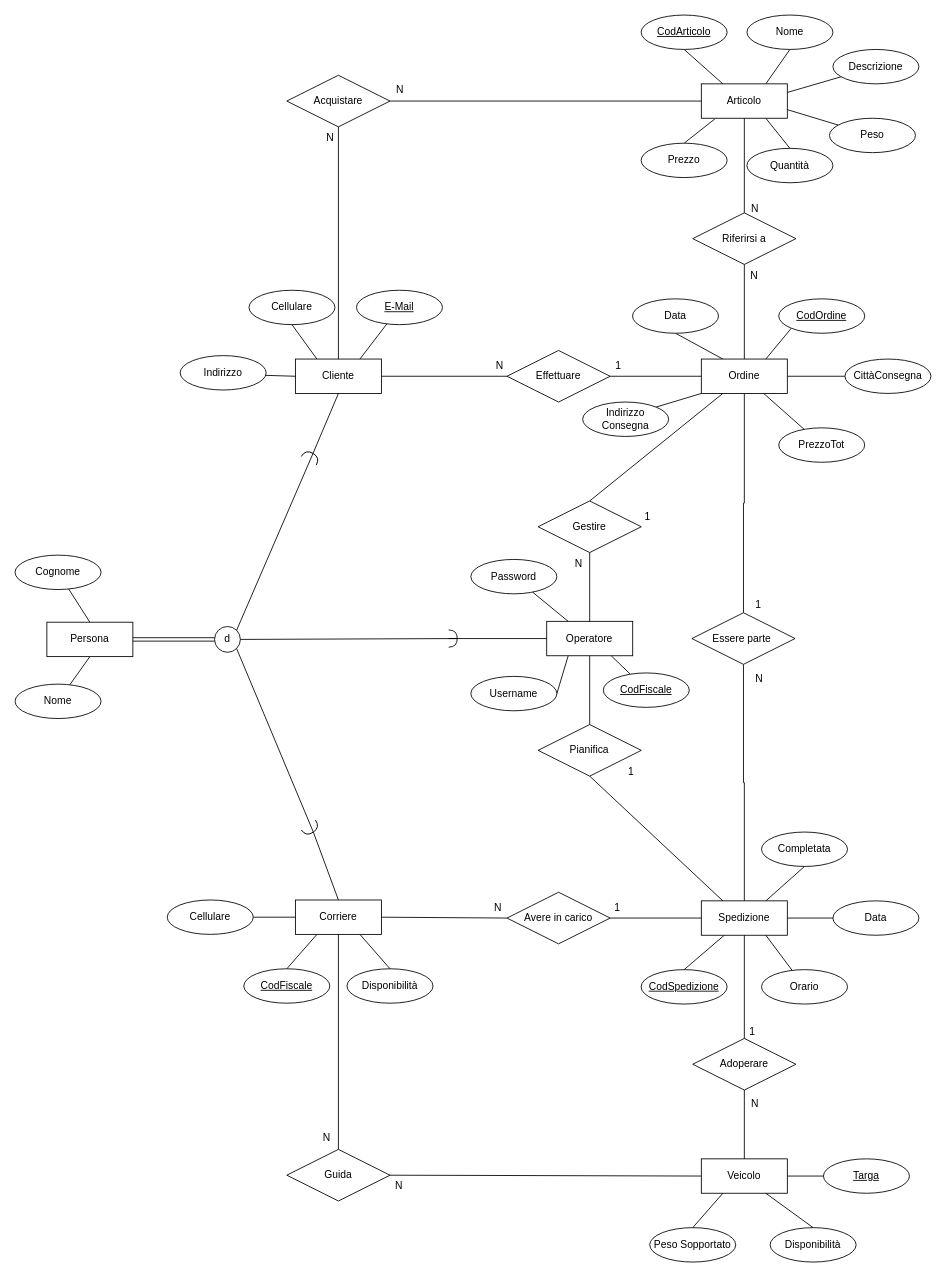
The draw.io diagram Basi di dati/Schema_ER.drawio in Gianluca-F/OOBD_Project, before the edit. Source tidied: cells renumbered, new cells numbered last; positions are measured from the earlier drawing's top-left corner, leaving out a move shared by most shapes. Both pictures are drawn from the tidied source at 86%, with x=0, y=0 at pixel (15, 15).
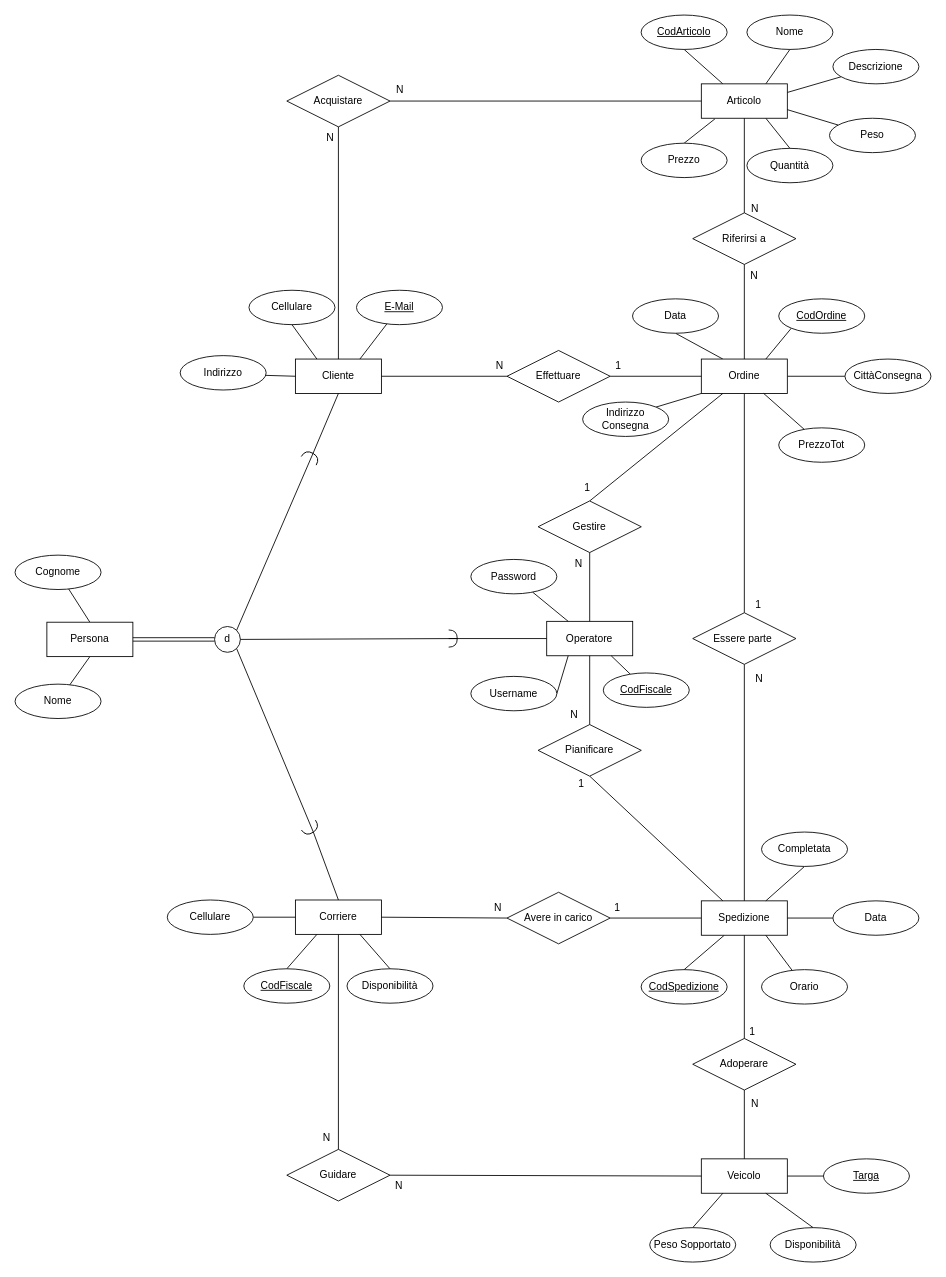
After the change.

Commit message:
[BD] fix: Unified ER with UML diagram

The change refers to these unchanged cells:
```xml
<mxCell id="55" style="endArrow=none;html=1;rounded=0;entryX=0.5;entryY=1;entryDx=0;entryDy=0;exitX=0.5;exitY=0;exitDx=0;exitDy=0;" parent="1" edge="1" source="54" target="50">
  <mxGeometry relative="1" as="geometry" />
</mxCell>
<mxCell id="59" style="endArrow=none;html=1;rounded=0;entryX=0.5;entryY=0;entryDx=0;entryDy=0;exitX=0.5;exitY=1;exitDx=0;exitDy=0;" parent="1" edge="1" source="58" target="50">
  <mxGeometry relative="1" as="geometry" />
</mxCell>
```

The edit, as a diff of the source:
```diff
@@
-    <mxCell id="54" value="Pianifica" style="shape=rhombus;perimeter=rhombusPerimeter;whiteSpace=wrap;html=1;align=center;" parent="1" vertex="1">
+    <mxCell id="54" value="Pianificare" style="shape=rhombus;perimeter=rhombusPerimeter;whiteSpace=wrap;html=1;align=center;" parent="1" vertex="1">
       <mxGeometry x="608.2" y="825" width="120" height="60" as="geometry" />
     </mxCell>
@@
     <mxCell id="56" value="1" style="html=1;whiteSpace=wrap;align=right;verticalAlign=bottom;" parent="55" vertex="1">
       <mxGeometry x="1" relative="1" as="geometry">
-        <mxPoint x="53" y="143" as="offset" />
+        <mxPoint x="-5" y="157" as="offset" />
       </mxGeometry>
     </mxCell>
@@
     <mxCell id="60" value="1" style="html=1;whiteSpace=wrap;align=right;verticalAlign=bottom;" parent="59" vertex="1">
       <mxGeometry x="1" relative="1" as="geometry">
-        <mxPoint x="72" y="-113" as="offset" />
+        <mxPoint x="2" y="-147" as="offset" />
       </mxGeometry>
     </mxCell>
@@
-    <mxCell id="98" value="Guida" style="shape=rhombus;perimeter=rhombusPerimeter;whiteSpace=wrap;html=1;align=center;" parent="1" vertex="1">
+    <mxCell id="98" value="Guidare" style="shape=rhombus;perimeter=rhombusPerimeter;whiteSpace=wrap;html=1;align=center;" parent="1" vertex="1">
       <mxGeometry x="316" y="1319" width="120" height="60" as="geometry" />
     </mxCell>
@@
     <mxCell id="121" value="Essere parte&amp;nbsp;" style="shape=rhombus;perimeter=rhombusPerimeter;whiteSpace=wrap;html=1;align=center;" parent="1" vertex="1">
-      <mxGeometry x="787" y="695" width="120" height="60" as="geometry" />
+      <mxGeometry x="788" y="695" width="120" height="60" as="geometry" />
     </mxCell>
@@
+    <mxCell id="124" value="N" style="text;html=1;align=center;verticalAlign=middle;strokeColor=none;fillColor=none;" parent="1" vertex="1">
+      <mxGeometry x="636" y="801" width="27" height="26" as="geometry" />
+    </mxCell>
```
